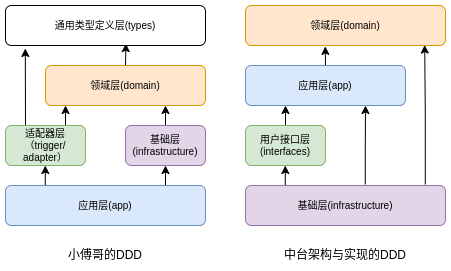
Before: docs/imgs/DDD分层对比.png, a diagram exported from draw.io (kwseeker/software-engineering). Source tidied: cells renumbered, new cells last; positions are measured from the earlier drawing's top-left corner, leaving out a move shared by most shapes. The source it was exported from:
```xml
<mxGraphModel>
  <root>
    <mxCell id="0" />
    <mxCell id="1" parent="0" />
    <mxCell id="2" style="rounded=0;jettySize=auto;html=1;exitX=0.8;exitY=0.075;exitDx=0;exitDy=0;entryX=0.5;entryY=1;entryDx=0;entryDy=0;exitPerimeter=0;fontSize=10;" parent="1" edge="1" source="4" target="9">
      <mxGeometry relative="1" as="geometry" />
    </mxCell>
    <mxCell id="3" style="edgeStyle=orthogonalEdgeStyle;rounded=0;jettySize=auto;html=1;exitX=0.199;exitY=0.057;exitDx=0;exitDy=0;exitPerimeter=0;fontSize=10;" parent="1" edge="1" source="4" target="7">
      <mxGeometry relative="1" as="geometry" />
    </mxCell>
    <mxCell id="4" value="应用层(app)" style="rounded=1;whiteSpace=wrap;html=1;fontSize=10;fillColor=#dae8fc;strokeColor=#6c8ebf;" parent="1" vertex="1">
      <mxGeometry y="180" width="200" height="40" as="geometry" />
    </mxCell>
    <mxCell id="5" style="rounded=0;jettySize=auto;html=1;exitX=0.25;exitY=0;exitDx=0;exitDy=0;entryX=0.099;entryY=1.074;entryDx=0;entryDy=0;entryPerimeter=0;fontSize=10;" parent="1" edge="1" source="7" target="12">
      <mxGeometry relative="1" as="geometry" />
    </mxCell>
    <mxCell id="6" style="edgeStyle=orthogonalEdgeStyle;rounded=0;jettySize=auto;html=1;exitX=0.75;exitY=0;exitDx=0;exitDy=0;fontSize=10;" parent="1" edge="1" source="7">
      <mxGeometry relative="1" as="geometry">
        <mxPoint x="60" y="100" as="targetPoint" />
      </mxGeometry>
    </mxCell>
    <mxCell id="7" value="适配器层&lt;br style=&quot;font-size: 10px;&quot;&gt;（trigger/&lt;br style=&quot;font-size: 10px;&quot;&gt;adapter）" style="rounded=1;whiteSpace=wrap;html=1;fontSize=10;fillColor=#d5e8d4;strokeColor=#82b366;" parent="1" vertex="1">
      <mxGeometry y="120" width="80" height="40" as="geometry" />
    </mxCell>
    <mxCell id="8" style="edgeStyle=orthogonalEdgeStyle;rounded=0;jettySize=auto;html=1;exitX=0.5;exitY=0;exitDx=0;exitDy=0;entryX=0.75;entryY=1;entryDx=0;entryDy=0;fontSize=10;" parent="1" edge="1" source="9" target="11">
      <mxGeometry relative="1" as="geometry" />
    </mxCell>
    <mxCell id="9" value="基础层(infrastructure)" style="rounded=1;whiteSpace=wrap;html=1;fontSize=10;fillColor=#e1d5e7;strokeColor=#9673a6;" parent="1" vertex="1">
      <mxGeometry x="120" y="120" width="80" height="40" as="geometry" />
    </mxCell>
    <mxCell id="10" style="rounded=0;jettySize=auto;html=1;exitX=0.5;exitY=0;exitDx=0;exitDy=0;entryX=0.602;entryY=0.953;entryDx=0;entryDy=0;entryPerimeter=0;fontSize=10;" parent="1" edge="1" source="11" target="12">
      <mxGeometry relative="1" as="geometry" />
    </mxCell>
    <mxCell id="11" value="领域层(domain)" style="rounded=1;whiteSpace=wrap;html=1;fontSize=10;fillColor=#ffe6cc;strokeColor=#d79b00;" parent="1" vertex="1">
      <mxGeometry x="40" y="60" width="160" height="40" as="geometry" />
    </mxCell>
    <mxCell id="12" value="通用类型定义层(types)" style="rounded=1;whiteSpace=wrap;html=1;fontSize=10;" parent="1" vertex="1">
      <mxGeometry width="200" height="40" as="geometry" />
    </mxCell>
    <mxCell id="13" style="edgeStyle=orthogonalEdgeStyle;rounded=0;jettySize=auto;html=1;exitX=0.199;exitY=0.057;exitDx=0;exitDy=0;exitPerimeter=0;fontSize=10;" parent="1" edge="1" source="15" target="17">
      <mxGeometry relative="1" as="geometry" />
    </mxCell>
    <mxCell id="14" style="edgeStyle=orthogonalEdgeStyle;rounded=0;jettySize=auto;html=1;exitX=0.899;exitY=-0.029;exitDx=0;exitDy=0;entryX=0.896;entryY=0.988;entryDx=0;entryDy=0;entryPerimeter=0;exitPerimeter=0;" parent="1" edge="1" source="15" target="21">
      <mxGeometry relative="1" as="geometry" />
    </mxCell>
    <mxCell id="15" value="基础层(infrastructure)" style="rounded=1;whiteSpace=wrap;html=1;fontSize=10;fillColor=#e1d5e7;strokeColor=#9673a6;" parent="1" vertex="1">
      <mxGeometry x="240" y="180" width="200" height="40" as="geometry" />
    </mxCell>
    <mxCell id="16" style="edgeStyle=orthogonalEdgeStyle;rounded=0;jettySize=auto;html=1;exitX=0.5;exitY=0;exitDx=0;exitDy=0;entryX=0.25;entryY=1;entryDx=0;entryDy=0;" parent="1" edge="1" source="17" target="20">
      <mxGeometry relative="1" as="geometry" />
    </mxCell>
    <mxCell id="17" value="用户接口层(interfaces)" style="rounded=1;whiteSpace=wrap;html=1;fontSize=10;fillColor=#d5e8d4;strokeColor=#82b366;" parent="1" vertex="1">
      <mxGeometry x="240" y="120" width="80" height="40" as="geometry" />
    </mxCell>
    <mxCell id="18" style="edgeStyle=orthogonalEdgeStyle;rounded=0;jettySize=auto;html=1;exitX=0.599;exitY=-0.029;exitDx=0;exitDy=0;entryX=0.75;entryY=1;entryDx=0;entryDy=0;fontSize=10;exitPerimeter=0;" parent="1" edge="1" source="15" target="20">
      <mxGeometry relative="1" as="geometry" />
    </mxCell>
    <mxCell id="19" style="rounded=0;jettySize=auto;html=1;exitX=0.5;exitY=0;exitDx=0;exitDy=0;entryX=0.399;entryY=1.022;entryDx=0;entryDy=0;fontSize=10;entryPerimeter=0;" parent="1" edge="1" source="20" target="21">
      <mxGeometry relative="1" as="geometry" />
    </mxCell>
    <mxCell id="20" value="应用层(app)" style="rounded=1;whiteSpace=wrap;html=1;fontSize=10;fillColor=#dae8fc;strokeColor=#6c8ebf;" parent="1" vertex="1">
      <mxGeometry x="240" y="60" width="160" height="40" as="geometry" />
    </mxCell>
    <mxCell id="21" value="领域层(domain)" style="rounded=1;whiteSpace=wrap;html=1;fontSize=10;fillColor=#ffe6cc;strokeColor=#d79b00;" parent="1" vertex="1">
      <mxGeometry x="240" width="200" height="40" as="geometry" />
    </mxCell>
    <mxCell id="22" value="小傅哥的DDD" style="text;html=1;strokeColor=none;fillColor=none;align=center;verticalAlign=middle;whiteSpace=wrap;rounded=0;" parent="1" vertex="1">
      <mxGeometry x="55" y="240" width="90" height="20" as="geometry" />
    </mxCell>
    <mxCell id="23" value="中台架构与实现的DDD" style="text;html=1;strokeColor=none;fillColor=none;align=center;verticalAlign=middle;whiteSpace=wrap;rounded=0;" parent="1" vertex="1">
      <mxGeometry x="270" y="240" width="140" height="20" as="geometry" />
    </mxCell>
  </root>
</mxGraphModel>
```
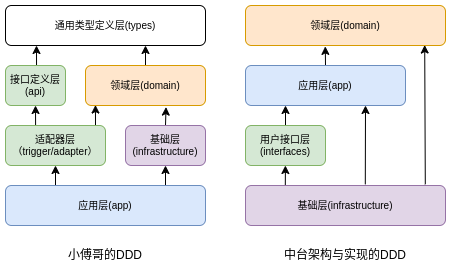
The same diagram one commit later.

The edit, as a diff of the source:
```diff
@@ -5,54 +5,54 @@
     <mxCell id="2" style="rounded=0;jettySize=auto;html=1;exitX=0.8;exitY=0.075;exitDx=0;exitDy=0;entryX=0.5;entryY=1;entryDx=0;entryDy=0;exitPerimeter=0;fontSize=10;" parent="1" edge="1" source="4" target="9">
       <mxGeometry relative="1" as="geometry" />
     </mxCell>
-    <mxCell id="3" style="edgeStyle=orthogonalEdgeStyle;rounded=0;jettySize=auto;html=1;exitX=0.199;exitY=0.057;exitDx=0;exitDy=0;exitPerimeter=0;fontSize=10;" parent="1" edge="1" source="4" target="7">
+    <mxCell id="3" style="edgeStyle=orthogonalEdgeStyle;rounded=0;jettySize=auto;html=1;exitX=0.25;exitY=0;exitDx=0;exitDy=0;entryX=0.5;entryY=1;entryDx=0;entryDy=0;" parent="1" edge="1" source="4" target="7">
       <mxGeometry relative="1" as="geometry" />
     </mxCell>
     <mxCell id="4" value="应用层(app)" style="rounded=1;whiteSpace=wrap;html=1;fontSize=10;fillColor=#dae8fc;strokeColor=#6c8ebf;" parent="1" vertex="1">
       <mxGeometry y="180" width="200" height="40" as="geometry" />
     </mxCell>
-    <mxCell id="5" style="rounded=0;jettySize=auto;html=1;exitX=0.25;exitY=0;exitDx=0;exitDy=0;entryX=0.099;entryY=1.074;entryDx=0;entryDy=0;entryPerimeter=0;fontSize=10;" parent="1" edge="1" source="7" target="12">
-      <mxGeometry relative="1" as="geometry" />
-    </mxCell>
-    <mxCell id="6" style="edgeStyle=orthogonalEdgeStyle;rounded=0;jettySize=auto;html=1;exitX=0.75;exitY=0;exitDx=0;exitDy=0;fontSize=10;" parent="1" edge="1" source="7">
-      <mxGeometry relative="1" as="geometry">
-        <mxPoint x="60" y="100" as="targetPoint" />
-      </mxGeometry>
-    </mxCell>
+    <mxCell id="24" style="rounded=0;jettySize=auto;html=1;exitX=0.9;exitY=0;exitDx=0;exitDy=0;entryX=0.083;entryY=0.988;entryDx=0;entryDy=0;entryPerimeter=0;exitPerimeter=0;" parent="1" edge="1" source="7" target="11">
+      <mxGeometry relative="1" as="geometry" />
+    </mxCell>
+    <mxCell id="25" style="edgeStyle=orthogonalEdgeStyle;rounded=0;jettySize=auto;html=1;exitX=0.301;exitY=0.04;exitDx=0;exitDy=0;entryX=0.5;entryY=1;entryDx=0;entryDy=0;exitPerimeter=0;" parent="1" edge="1" source="7" target="27">
+      <mxGeometry relative="1" as="geometry" />
+    </mxCell>
-    <mxCell id="7" value="适配器层&lt;br style=&quot;font-size: 10px;&quot;&gt;（trigger/&lt;br style=&quot;font-size: 10px;&quot;&gt;adapter）" style="rounded=1;whiteSpace=wrap;html=1;fontSize=10;fillColor=#d5e8d4;strokeColor=#82b366;" parent="1" vertex="1">
-      <mxGeometry y="120" width="80" height="40" as="geometry" />
+    <mxCell id="7" value="适配器层&lt;br style=&quot;font-size: 10px;&quot;&gt;（trigger/adapter）" style="rounded=1;whiteSpace=wrap;html=1;fontSize=10;fillColor=#d5e8d4;strokeColor=#82b366;" parent="1" vertex="1">
+      <mxGeometry y="120" width="100" height="40" as="geometry" />
     </mxCell>
-    <mxCell id="8" style="edgeStyle=orthogonalEdgeStyle;rounded=0;jettySize=auto;html=1;exitX=0.5;exitY=0;exitDx=0;exitDy=0;entryX=0.75;entryY=1;entryDx=0;entryDy=0;fontSize=10;" parent="1" edge="1" source="9" target="11">
+    <mxCell id="8" style="rounded=0;jettySize=auto;html=1;exitX=0.5;exitY=0;exitDx=0;exitDy=0;entryX=0.671;entryY=1.04;entryDx=0;entryDy=0;fontSize=10;entryPerimeter=0;" parent="1" edge="1" source="9" target="11">
       <mxGeometry relative="1" as="geometry" />
     </mxCell>
     <mxCell id="9" value="基础层(infrastructure)" style="rounded=1;whiteSpace=wrap;html=1;fontSize=10;fillColor=#e1d5e7;strokeColor=#9673a6;" parent="1" vertex="1">
       <mxGeometry x="120" y="120" width="80" height="40" as="geometry" />
     </mxCell>
-    <mxCell id="10" style="rounded=0;jettySize=auto;html=1;exitX=0.5;exitY=0;exitDx=0;exitDy=0;entryX=0.602;entryY=0.953;entryDx=0;entryDy=0;entryPerimeter=0;fontSize=10;" parent="1" edge="1" source="11" target="12">
-      <mxGeometry relative="1" as="geometry" />
+    <mxCell id="10" style="rounded=0;jettySize=auto;html=1;exitX=0.5;exitY=0;exitDx=0;exitDy=0;fontSize=10;" parent="1" edge="1" source="11">
+      <mxGeometry relative="1" as="geometry">
+        <mxPoint x="140" y="40" as="targetPoint" />
+      </mxGeometry>
     </mxCell>
     <mxCell id="11" value="领域层(domain)" style="rounded=1;whiteSpace=wrap;html=1;fontSize=10;fillColor=#ffe6cc;strokeColor=#d79b00;" parent="1" vertex="1">
-      <mxGeometry x="40" y="60" width="160" height="40" as="geometry" />
+      <mxGeometry x="80" y="60" width="120" height="40" as="geometry" />
     </mxCell>
     <mxCell id="12" value="通用类型定义层(types)" style="rounded=1;whiteSpace=wrap;html=1;fontSize=10;" parent="1" vertex="1">
       <mxGeometry width="200" height="40" as="geometry" />
     </mxCell>
-    <mxCell id="13" style="edgeStyle=orthogonalEdgeStyle;rounded=0;jettySize=auto;html=1;exitX=0.199;exitY=0.057;exitDx=0;exitDy=0;exitPerimeter=0;fontSize=10;" parent="1" edge="1" source="15" target="17">
+    <mxCell id="13" style="rounded=0;jettySize=auto;html=1;exitX=0.199;exitY=0.057;exitDx=0;exitDy=0;exitPerimeter=0;fontSize=10;" parent="1" edge="1" source="15" target="17">
       <mxGeometry relative="1" as="geometry" />
     </mxCell>
-    <mxCell id="14" style="edgeStyle=orthogonalEdgeStyle;rounded=0;jettySize=auto;html=1;exitX=0.899;exitY=-0.029;exitDx=0;exitDy=0;entryX=0.896;entryY=0.988;entryDx=0;entryDy=0;entryPerimeter=0;exitPerimeter=0;" parent="1" edge="1" source="15" target="21">
+    <mxCell id="14" style="rounded=0;jettySize=auto;html=1;exitX=0.899;exitY=-0.029;exitDx=0;exitDy=0;entryX=0.896;entryY=0.988;entryDx=0;entryDy=0;entryPerimeter=0;exitPerimeter=0;" parent="1" edge="1" source="15" target="21">
       <mxGeometry relative="1" as="geometry" />
     </mxCell>
     <mxCell id="15" value="基础层(infrastructure)" style="rounded=1;whiteSpace=wrap;html=1;fontSize=10;fillColor=#e1d5e7;strokeColor=#9673a6;" parent="1" vertex="1">
       <mxGeometry x="240" y="180" width="200" height="40" as="geometry" />
     </mxCell>
-    <mxCell id="16" style="edgeStyle=orthogonalEdgeStyle;rounded=0;jettySize=auto;html=1;exitX=0.5;exitY=0;exitDx=0;exitDy=0;entryX=0.25;entryY=1;entryDx=0;entryDy=0;" parent="1" edge="1" source="17" target="20">
+    <mxCell id="16" style="rounded=0;jettySize=auto;html=1;exitX=0.5;exitY=0;exitDx=0;exitDy=0;entryX=0.25;entryY=1;entryDx=0;entryDy=0;" parent="1" edge="1" source="17" target="20">
       <mxGeometry relative="1" as="geometry" />
     </mxCell>
     <mxCell id="17" value="用户接口层(interfaces)" style="rounded=1;whiteSpace=wrap;html=1;fontSize=10;fillColor=#d5e8d4;strokeColor=#82b366;" parent="1" vertex="1">
       <mxGeometry x="240" y="120" width="80" height="40" as="geometry" />
     </mxCell>
-    <mxCell id="18" style="edgeStyle=orthogonalEdgeStyle;rounded=0;jettySize=auto;html=1;exitX=0.599;exitY=-0.029;exitDx=0;exitDy=0;entryX=0.75;entryY=1;entryDx=0;entryDy=0;fontSize=10;exitPerimeter=0;" parent="1" edge="1" source="15" target="20">
+    <mxCell id="18" style="rounded=0;jettySize=auto;html=1;exitX=0.599;exitY=-0.029;exitDx=0;exitDy=0;entryX=0.75;entryY=1;entryDx=0;entryDy=0;fontSize=10;exitPerimeter=0;" parent="1" edge="1" source="15" target="20">
       <mxGeometry relative="1" as="geometry" />
     </mxCell>
     <mxCell id="19" style="rounded=0;jettySize=auto;html=1;exitX=0.5;exitY=0;exitDx=0;exitDy=0;entryX=0.399;entryY=1.022;entryDx=0;entryDy=0;fontSize=10;entryPerimeter=0;" parent="1" edge="1" source="20" target="21">
@@ -70,5 +70,13 @@
     <mxCell id="23" value="中台架构与实现的DDD" style="text;html=1;strokeColor=none;fillColor=none;align=center;verticalAlign=middle;whiteSpace=wrap;rounded=0;" parent="1" vertex="1">
       <mxGeometry x="270" y="240" width="140" height="20" as="geometry" />
     </mxCell>
+    <mxCell id="26" style="edgeStyle=orthogonalEdgeStyle;rounded=0;jettySize=auto;html=1;exitX=0.5;exitY=0;exitDx=0;exitDy=0;" parent="1" edge="1" source="27">
+      <mxGeometry relative="1" as="geometry">
+        <mxPoint x="31" y="40" as="targetPoint" />
+      </mxGeometry>
+    </mxCell>
+    <mxCell id="27" value="接口定义层(api)" style="rounded=1;whiteSpace=wrap;html=1;fontSize=10;fillColor=#d5e8d4;strokeColor=#82b366;" parent="1" vertex="1">
+      <mxGeometry y="60" width="60" height="40" as="geometry" />
+    </mxCell>
   </root>
 </mxGraphModel>
```
